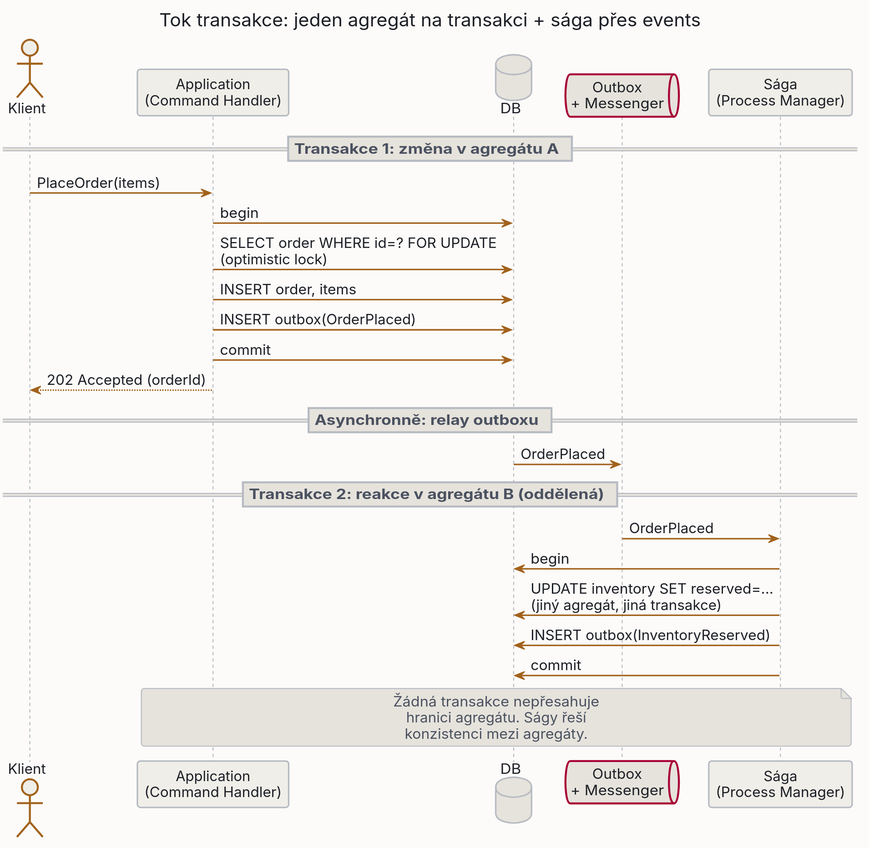
Earlier version of the PlantUML export public/images/diagrams/21_aggregate_design/transaction_flow-light.svg (MichalKatuscak/ddd-v-symfony). Source of this version:
```plantuml
@startuml transaction_flow
skinparam dpi 150
skinparam backgroundColor #fcfbf9
skinparam shadowing false
skinparam roundCorner 6

skinparam defaultFontName "DejaVu Sans"
skinparam defaultFontSize 14
skinparam defaultFontColor #1c1f26
skinparam defaultTextAlignment center


skinparam ArrowColor #a2621c
skinparam ArrowFontColor #1c1f26
skinparam ArrowThickness 1.5

skinparam node {
  BackgroundColor #f0eee8
  BorderColor #b6bac2
  FontColor #1c1f26
}

skinparam component {
  BackgroundColor #f0eee8
  BorderColor #b6bac2
  FontColor #1c1f26
}

skinparam rectangle {
  BackgroundColor #f0eee8
  BorderColor #b6bac2
  FontColor #1c1f26
}

skinparam package {
  BackgroundColor #fcfbf9
  BorderColor #a2621c
  FontColor #a2621c
}

skinparam folder {
  BackgroundColor #f0eee8
  BorderColor #b6bac2
  FontColor #1c1f26
}

skinparam frame {
  BackgroundColor #f0eee8
  BorderColor #b6bac2
  FontColor #1c1f26
}

skinparam database {
  BackgroundColor #e6e3dc
  BorderColor #b6bac2
  FontColor #1c1f26
}

skinparam queue {
  BackgroundColor #e6e3dc
  BorderColor #b6bac2
  FontColor #1c1f26
}

skinparam cloud {
  BackgroundColor #e6e3dc
  BorderColor #b6bac2
  FontColor #1c1f26
}

skinparam actor {
  BackgroundColor #f0eee8
  BorderColor #a2621c
  FontColor #1c1f26
}

skinparam usecase {
  BackgroundColor #f0eee8
  BorderColor #b6bac2
  FontColor #1c1f26
}

skinparam class {
  BackgroundColor #f0eee8
  BorderColor #b6bac2
  HeaderBackgroundColor #e6e3dc
  ArrowColor #a2621c
  FontColor #1c1f26
  AttributeFontColor #4a5160
  StereotypeFontColor #a2621c
}

skinparam object {
  BackgroundColor #f0eee8
  BorderColor #b6bac2
  FontColor #1c1f26
}

skinparam sequence {
  ParticipantBackgroundColor #f0eee8
  ParticipantBorderColor #b6bac2
  ParticipantFontColor #1c1f26
  ActorBackgroundColor #f0eee8
  ActorBorderColor #a2621c
  ActorFontColor #1c1f26
  LifeLineBorderColor #b6bac2
  LifeLineBackgroundColor #e6e3dc
  ArrowColor #a2621c
  ArrowFontColor #1c1f26
  GroupBackgroundColor #e6e3dc
  GroupBorderColor #b6bac2
  GroupFontColor #4a5160
  GroupHeaderFontColor #a2621c
  BoxBackgroundColor #fcfbf9
  BoxBorderColor #a2621c
  BoxFontColor #a2621c
  DividerBackgroundColor #e6e3dc
  DividerBorderColor #b6bac2
  DividerFontColor #4a5160
  ReferenceBackgroundColor #f0eee8
  ReferenceBorderColor #b6bac2
  ReferenceFontColor #1c1f26
  ReferenceHeaderBackgroundColor #e6e3dc
  StereotypeFontColor #a2621c
}

skinparam state {
  BackgroundColor #f0eee8
  BorderColor #b6bac2
  FontColor #1c1f26
  StartColor #a2621c
  EndColor #a2621c
  ArrowColor #a2621c
  AttributeFontColor #4a5160
}

skinparam activity {
  BackgroundColor #f0eee8
  BorderColor #b6bac2
  FontColor #1c1f26
  ArrowColor #a2621c
  StartColor #a2621c
  EndColor #a2621c
  BarColor #a2621c
  DiamondBackgroundColor #e6e3dc
  DiamondBorderColor #b6bac2
  DiamondFontColor #1c1f26
}

skinparam note {
  BackgroundColor #e6e3dc
  BorderColor #b6bac2
  FontColor #4a5160
}

skinparam title {
  FontColor #1c1f26
  FontSize 18
}

skinparam legend {
  BackgroundColor #f0eee8
  BorderColor #b6bac2
  FontColor #4a5160
}

skinparam caption {
  FontColor #4a5160
}

skinparam stereotype {
  CBackgroundColor #e6e3dc
  CBorderColor #a2621c
  ABackgroundColor #e6e3dc
  ABorderColor #a2621c
  IBackgroundColor #e6e3dc
  IBorderColor #a2621c
  EBackgroundColor #e6e3dc
  EBorderColor #a2621c
}

title Tok transakce: jeden agregát na transakci + sága přes events

actor "Klient" as user
participant "Application\n(Command Handler)" as app
database "DB" as db
queue "Outbox\n+ Messenger" as bus
participant "Sága\n(Process Manager)" as saga

== Transakce 1: změna v agregátu A ==
user -> app : PlaceOrder(items)
app -> db : begin
app -> db : SELECT order WHERE id=? FOR UPDATE\n(optimistic lock)
app -> db : INSERT order, items
app -> db : INSERT outbox(OrderPlaced)
app -> db : commit
app --> user : 202 Accepted (orderId)

== Asynchronně: relay outboxu ==
db -> bus : OrderPlaced

== Transakce 2: reakce v agregátu B (oddělená) ==
bus -> saga : OrderPlaced
saga -> db : begin
saga -> db : UPDATE inventory SET reserved=...\n(jiný agregát, jiná transakce)
saga -> db : INSERT outbox(InventoryReserved)
saga -> db : commit

note over app, saga
  Žádná transakce nepřesahuje
  hranici agregátu. Ságy řeší
  konzistenci mezi agregáty.
end note

@enduml
```
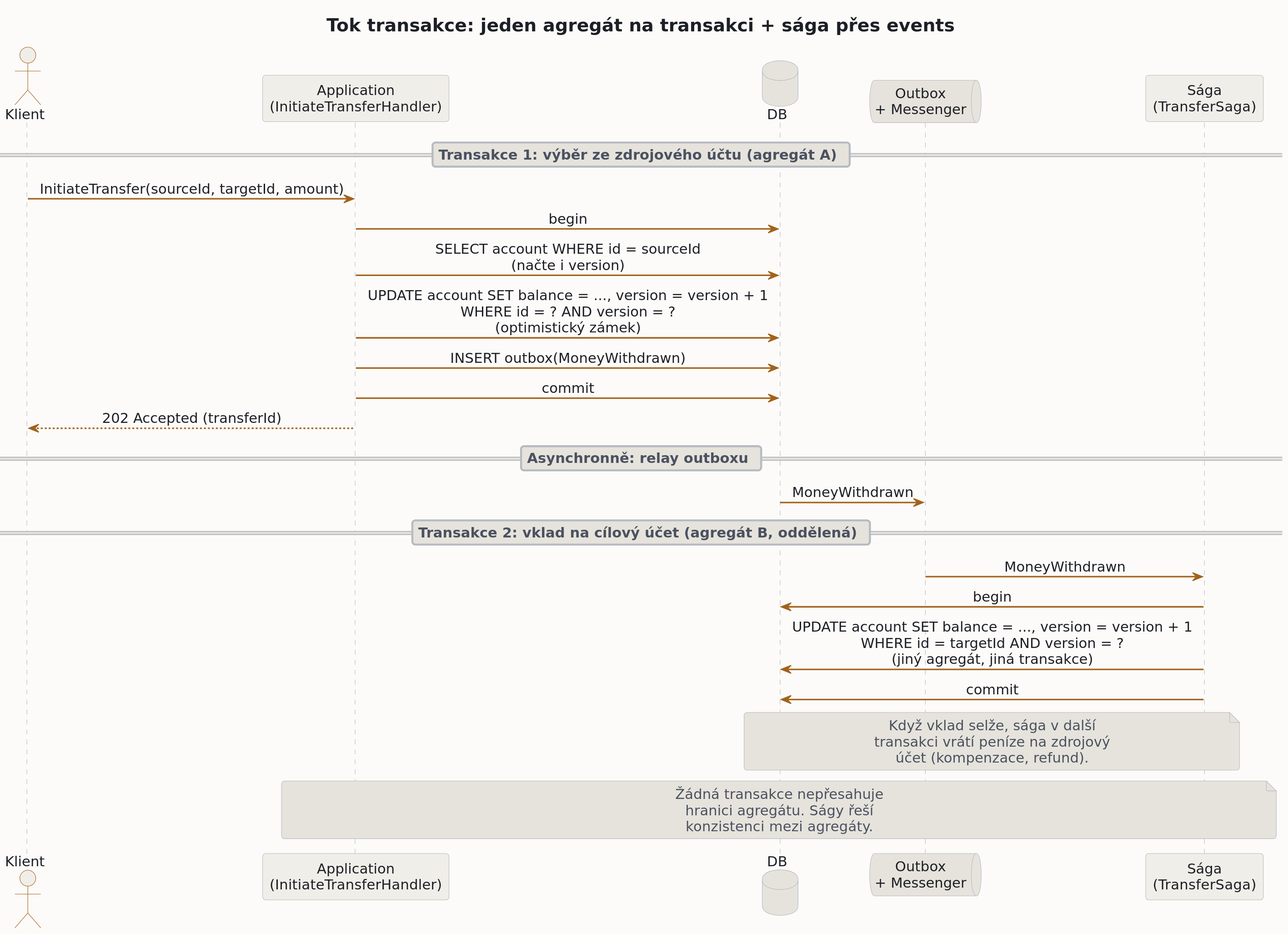
After the change.

What changed in the source:
```diff
@@ -1,215 +1,41 @@
-@startuml transaction_flow
-skinparam dpi 150
-skinparam backgroundColor #fcfbf9
-skinparam shadowing false
-skinparam roundCorner 6
-
-skinparam defaultFontName "DejaVu Sans"
-skinparam defaultFontSize 14
-skinparam defaultFontColor #1c1f26
-skinparam defaultTextAlignment center
-
-
-skinparam ArrowColor #a2621c
-skinparam ArrowFontColor #1c1f26
-skinparam ArrowThickness 1.5
-
-skinparam node {
-  BackgroundColor #f0eee8
-  BorderColor #b6bac2
-  FontColor #1c1f26
-}
-
-skinparam component {
-  BackgroundColor #f0eee8
-  BorderColor #b6bac2
-  FontColor #1c1f26
-}
-
-skinparam rectangle {
-  BackgroundColor #f0eee8
-  BorderColor #b6bac2
-  FontColor #1c1f26
-}
-
-skinparam package {
-  BackgroundColor #fcfbf9
-  BorderColor #a2621c
-  FontColor #a2621c
-}
-
-skinparam folder {
-  BackgroundColor #f0eee8
-  BorderColor #b6bac2
-  FontColor #1c1f26
-}
-
-skinparam frame {
-  BackgroundColor #f0eee8
-  BorderColor #b6bac2
-  FontColor #1c1f26
-}
-
-skinparam database {
-  BackgroundColor #e6e3dc
-  BorderColor #b6bac2
-  FontColor #1c1f26
-}
-
-skinparam queue {
-  BackgroundColor #e6e3dc
-  BorderColor #b6bac2
-  FontColor #1c1f26
-}
-
-skinparam cloud {
-  BackgroundColor #e6e3dc
-  BorderColor #b6bac2
-  FontColor #1c1f26
-}
-
-skinparam actor {
-  BackgroundColor #f0eee8
-  BorderColor #a2621c
-  FontColor #1c1f26
-}
-
-skinparam usecase {
-  BackgroundColor #f0eee8
-  BorderColor #b6bac2
-  FontColor #1c1f26
-}
-
-skinparam class {
-  BackgroundColor #f0eee8
-  BorderColor #b6bac2
-  HeaderBackgroundColor #e6e3dc
-  ArrowColor #a2621c
-  FontColor #1c1f26
-  AttributeFontColor #4a5160
-  StereotypeFontColor #a2621c
-}
-
-skinparam object {
-  BackgroundColor #f0eee8
-  BorderColor #b6bac2
-  FontColor #1c1f26
-}
-
-skinparam sequence {
-  ParticipantBackgroundColor #f0eee8
-  ParticipantBorderColor #b6bac2
-  ParticipantFontColor #1c1f26
-  ActorBackgroundColor #f0eee8
-  ActorBorderColor #a2621c
-  ActorFontColor #1c1f26
-  LifeLineBorderColor #b6bac2
-  LifeLineBackgroundColor #e6e3dc
-  ArrowColor #a2621c
-  ArrowFontColor #1c1f26
-  GroupBackgroundColor #e6e3dc
-  GroupBorderColor #b6bac2
-  GroupFontColor #4a5160
-  GroupHeaderFontColor #a2621c
-  BoxBackgroundColor #fcfbf9
-  BoxBorderColor #a2621c
-  BoxFontColor #a2621c
-  DividerBackgroundColor #e6e3dc
-  DividerBorderColor #b6bac2
-  DividerFontColor #4a5160
-  ReferenceBackgroundColor #f0eee8
-  ReferenceBorderColor #b6bac2
-  ReferenceFontColor #1c1f26
-  ReferenceHeaderBackgroundColor #e6e3dc
-  StereotypeFontColor #a2621c
-}
-
-skinparam state {
-  BackgroundColor #f0eee8
-  BorderColor #b6bac2
-  FontColor #1c1f26
-  StartColor #a2621c
-  EndColor #a2621c
-  ArrowColor #a2621c
-  AttributeFontColor #4a5160
-}
-
-skinparam activity {
-  BackgroundColor #f0eee8
-  BorderColor #b6bac2
-  FontColor #1c1f26
-  ArrowColor #a2621c
-  StartColor #a2621c
-  EndColor #a2621c
-  BarColor #a2621c
-  DiamondBackgroundColor #e6e3dc
-  DiamondBorderColor #b6bac2
-  DiamondFontColor #1c1f26
-}
-
-skinparam note {
-  BackgroundColor #e6e3dc
-  BorderColor #b6bac2
-  FontColor #4a5160
-}
-
-skinparam title {
-  FontColor #1c1f26
-  FontSize 18
-}
-
-skinparam legend {
-  BackgroundColor #f0eee8
-  BorderColor #b6bac2
-  FontColor #4a5160
-}
-
-skinparam caption {
-  FontColor #4a5160
-}
-
-skinparam stereotype {
-  CBackgroundColor #e6e3dc
-  CBorderColor #a2621c
-  ABackgroundColor #e6e3dc
-  ABorderColor #a2621c
-  IBackgroundColor #e6e3dc
-  IBorderColor #a2621c
-  EBackgroundColor #e6e3dc
-  EBorderColor #a2621c
-}
+@startuml
+!include ../theme.iuml
 
 title Tok transakce: jeden agregát na transakci + sága přes events
 
 actor "Klient" as user
-participant "Application\n(Command Handler)" as app
+participant "Application\n(InitiateTransferHandler)" as app
 database "DB" as db
 queue "Outbox\n+ Messenger" as bus
-participant "Sága\n(Process Manager)" as saga
+participant "Sága\n(TransferSaga)" as saga
 
-== Transakce 1: změna v agregátu A ==
-user -> app : PlaceOrder(items)
+== Transakce 1: výběr ze zdrojového účtu (agregát A) ==
+user -> app : InitiateTransfer(sourceId, targetId, amount)
 app -> db : begin
-app -> db : SELECT order WHERE id=? FOR UPDATE\n(optimistic lock)
-app -> db : INSERT order, items
-app -> db : INSERT outbox(OrderPlaced)
+app -> db : SELECT account WHERE id = sourceId\n(načte i version)
+app -> db : UPDATE account SET balance = ..., version = version + 1\nWHERE id = ? AND version = ?\n(optimistický zámek)
+app -> db : INSERT outbox(MoneyWithdrawn)
 app -> db : commit
-app --> user : 202 Accepted (orderId)
+app --> user : 202 Accepted (transferId)
 
 == Asynchronně: relay outboxu ==
-db -> bus : OrderPlaced
+db -> bus : MoneyWithdrawn
 
-== Transakce 2: reakce v agregátu B (oddělená) ==
-bus -> saga : OrderPlaced
+== Transakce 2: vklad na cílový účet (agregát B, oddělená) ==
+bus -> saga : MoneyWithdrawn
 saga -> db : begin
-saga -> db : UPDATE inventory SET reserved=...\n(jiný agregát, jiná transakce)
-saga -> db : INSERT outbox(InventoryReserved)
+saga -> db : UPDATE account SET balance = ..., version = version + 1\nWHERE id = targetId AND version = ?\n(jiný agregát, jiná transakce)
 saga -> db : commit
+
+note over saga, db
+  Když vklad selže, sága v další
+  transakci vrátí peníze na zdrojový
+  účet (kompenzace, refund).
+end note
 
 note over app, saga
   Žádná transakce nepřesahuje
   hranici agregátu. Ságy řeší
   konzistenci mezi agregáty.
 end note
-
 @enduml
```
